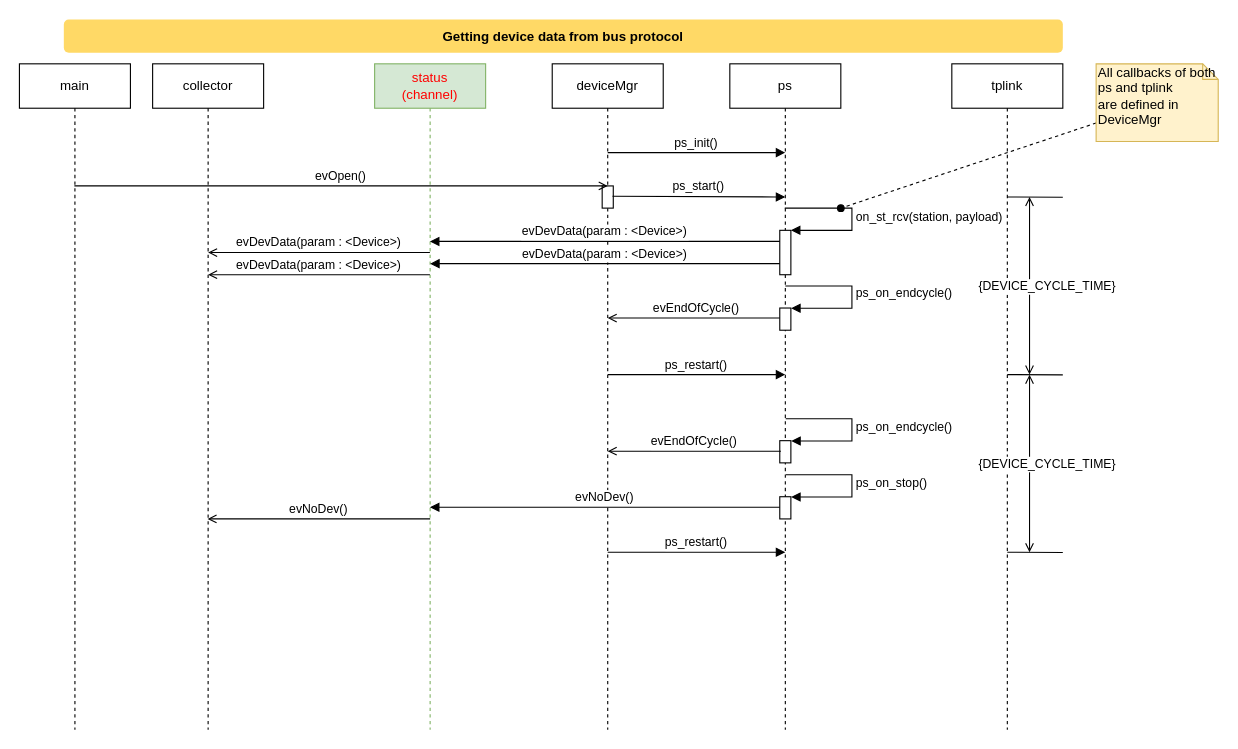
This is page "DevData" (3 of 4) of models/structure-interaction/collector.drawio from vortexmakes/AgroIoT, a draw.io file, before an edit. Source tidied: cells renumbered, new cells numbered last; positions are measured from the earlier drawing's top-left corner, leaving out a move shared by most shapes. Both pictures are drawn from the tidied source at 111%, with x=0, y=0 at pixel (19, 19).
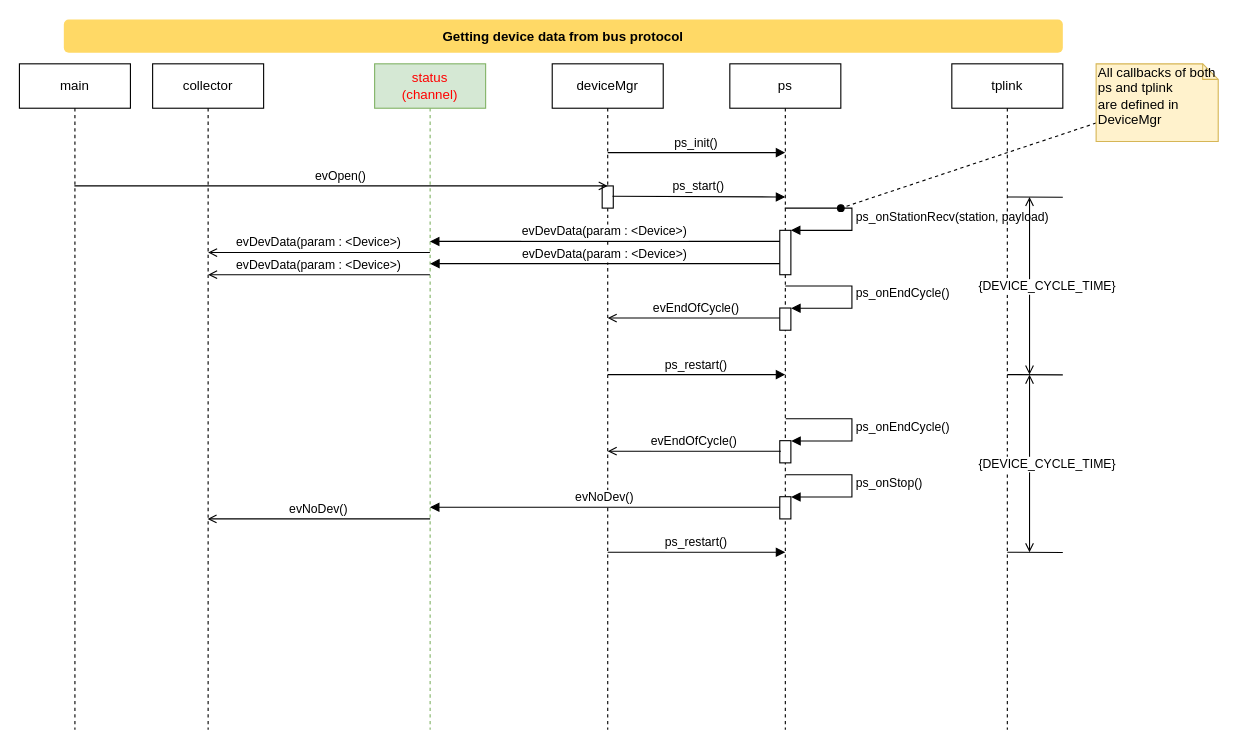
The same page after the edit.

The change refers to these unchanged cells:
```xml
<mxCell id="6" value="ps" style="shape=umlLifeline;perimeter=lifelinePerimeter;whiteSpace=wrap;html=1;outlineConnect=0;" parent="1" vertex="1">
  <mxGeometry x="640" y="40" width="100" height="600" as="geometry" />
</mxCell>
```

Change to the diagram source:
```diff
@@
-    <mxCell id="8" value="&lt;span style=&quot;text-align: center&quot;&gt;on_st_rcv(station, payload)&lt;/span&gt;" style="edgeStyle=orthogonalEdgeStyle;html=1;align=left;spacingLeft=2;endArrow=block;rounded=0;" parent="6" edge="1" source="6">
+    <mxCell id="8" value="&lt;span style=&quot;text-align: center&quot;&gt;ps_onStationRecv(station, payload)&lt;/span&gt;" style="edgeStyle=orthogonalEdgeStyle;html=1;align=left;spacingLeft=2;endArrow=block;rounded=0;" parent="6" edge="1" source="6">
       <mxGeometry relative="1" as="geometry">
         <mxPoint x="55" y="150" as="targetPoint" />
         <Array as="points">
           <mxPoint x="110" y="130" />
           <mxPoint x="110" y="150" />
         </Array>
       </mxGeometry>
     </mxCell>
@@
-    <mxCell id="10" value="&lt;span style=&quot;text-align: center&quot;&gt;ps_on_endcycle()&lt;/span&gt;" style="edgeStyle=orthogonalEdgeStyle;html=1;align=left;spacingLeft=2;endArrow=block;rounded=0;" parent="6" edge="1">
+    <mxCell id="10" value="&lt;span style=&quot;text-align: center&quot;&gt;ps_onEndCycle()&lt;/span&gt;" style="edgeStyle=orthogonalEdgeStyle;html=1;align=left;spacingLeft=2;endArrow=block;rounded=0;" parent="6" edge="1">
       <mxGeometry relative="1" as="geometry">
         <mxPoint x="50.3" y="319.8" as="sourcePoint" />
         <mxPoint x="55.3" y="339.8" as="targetPoint" />
         <Array as="points">
           <mxPoint x="110" y="319.5" />
           <mxPoint x="110" y="339.5" />
         </Array>
       </mxGeometry>
     </mxCell>
@@
-    <mxCell id="12" value="&lt;span style=&quot;text-align: center&quot;&gt;ps_on_stop()&lt;/span&gt;" style="edgeStyle=orthogonalEdgeStyle;html=1;align=left;spacingLeft=2;endArrow=block;rounded=0;" parent="6" edge="1">
+    <mxCell id="12" value="&lt;span style=&quot;text-align: center&quot;&gt;ps_onStop()&lt;/span&gt;" style="edgeStyle=orthogonalEdgeStyle;html=1;align=left;spacingLeft=2;endArrow=block;rounded=0;" parent="6" edge="1">
       <mxGeometry relative="1" as="geometry">
         <mxPoint x="50.5" y="370.2" as="sourcePoint" />
         <mxPoint x="55.2" y="390.2" as="targetPoint" />
         <Array as="points">
           <mxPoint x="110" y="370" />
           <mxPoint x="110" y="390" />
         </Array>
       </mxGeometry>
     </mxCell>
@@
-    <mxCell id="32" value="&lt;span style=&quot;text-align: center&quot;&gt;ps_on_endcycle()&lt;/span&gt;" style="edgeStyle=orthogonalEdgeStyle;html=1;align=left;spacingLeft=2;endArrow=block;rounded=0;" parent="1" edge="1">
+    <mxCell id="32" value="&lt;span style=&quot;text-align: center&quot;&gt;ps_onEndCycle()&lt;/span&gt;" style="edgeStyle=orthogonalEdgeStyle;html=1;align=left;spacingLeft=2;endArrow=block;rounded=0;" parent="1" edge="1">
       <mxGeometry relative="1" as="geometry">
         <mxPoint x="690" y="240.2" as="sourcePoint" />
         <mxPoint x="695.2" y="260.2" as="targetPoint" />
         <Array as="points">
           <mxPoint x="750" y="240" />
           <mxPoint x="750" y="260" />
         </Array>
       </mxGeometry>
     </mxCell>
```
